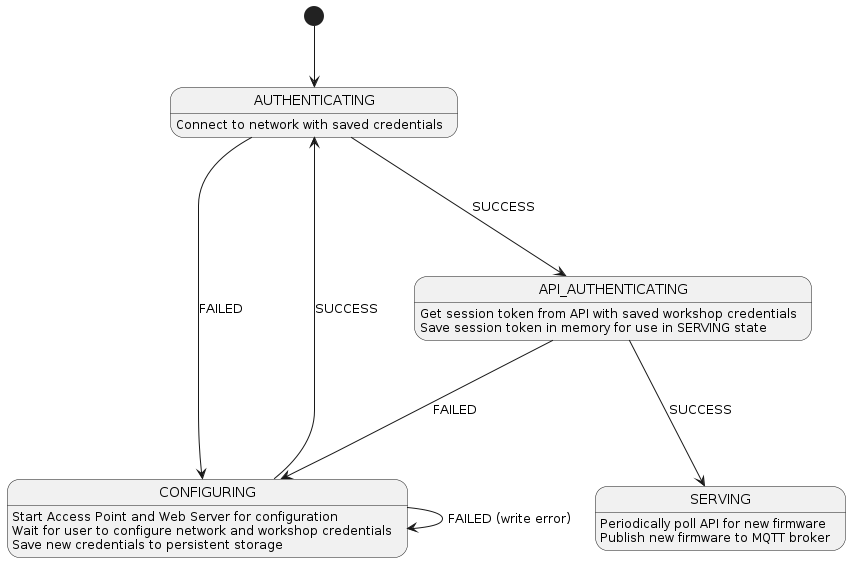
This is docs/diagrams/state-diagram/state-diagram.png from citon-interactive/firmware-server, a PlantUML export, as it was before one commit. Source of this version:
```plantuml
@startuml state-diagram
[*] --> AUTHENTICATING
AUTHENTICATING ---> CONFIGURING : FAILED
AUTHENTICATING ---> API_AUTHENTICATING : SUCCESS

AUTHENTICATING : Connect to network with saved credentials

CONFIGURING ---> AUTHENTICATING : SUCCESS
CONFIGURING ---> CONFIGURING : FAILED (write error)

CONFIGURING : Start Access Point and Web Server for configuration
CONFIGURING : Wait for user to configure network and workshop credentials
CONFIGURING : Save new credentials to persistent storage

API_AUTHENTICATING ---> CONFIGURING : FAILED
API_AUTHENTICATING ---> SERVING : SUCCESS

API_AUTHENTICATING : Get session token from API with saved workshop credentials
API_AUTHENTICATING : Save session token in memory for use in SERVING state

SERVING : Periodically poll API for new firmware
SERVING : Publish new firmware to MQTT broker


@enduml
```
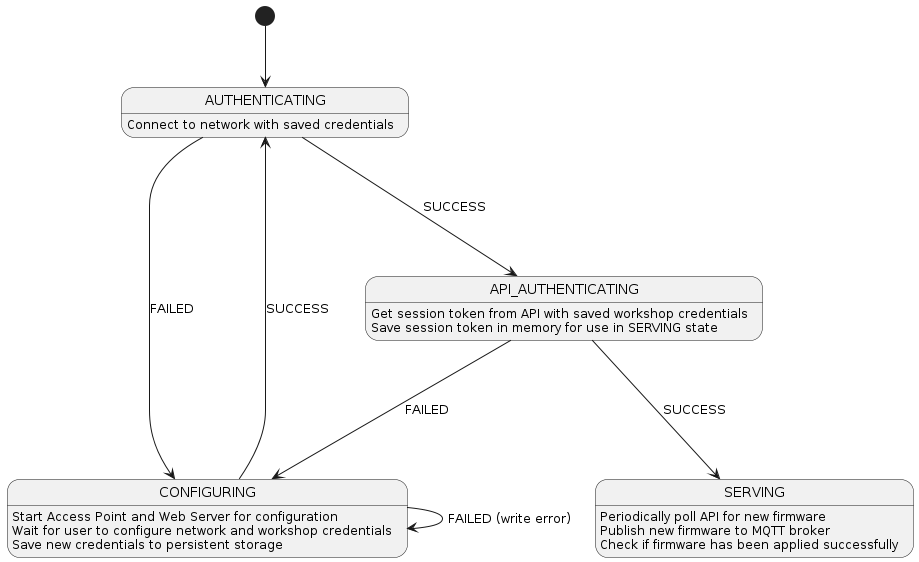
The same file after the commit.

Commit message:
docs: Update state diagram export

What changed in the source:
```diff
@@ -20,6 +20,7 @@
 
 SERVING : Periodically poll API for new firmware
 SERVING : Publish new firmware to MQTT broker
+SERVING : Check if firmware has been applied successfully
 
 
 @enduml
```
